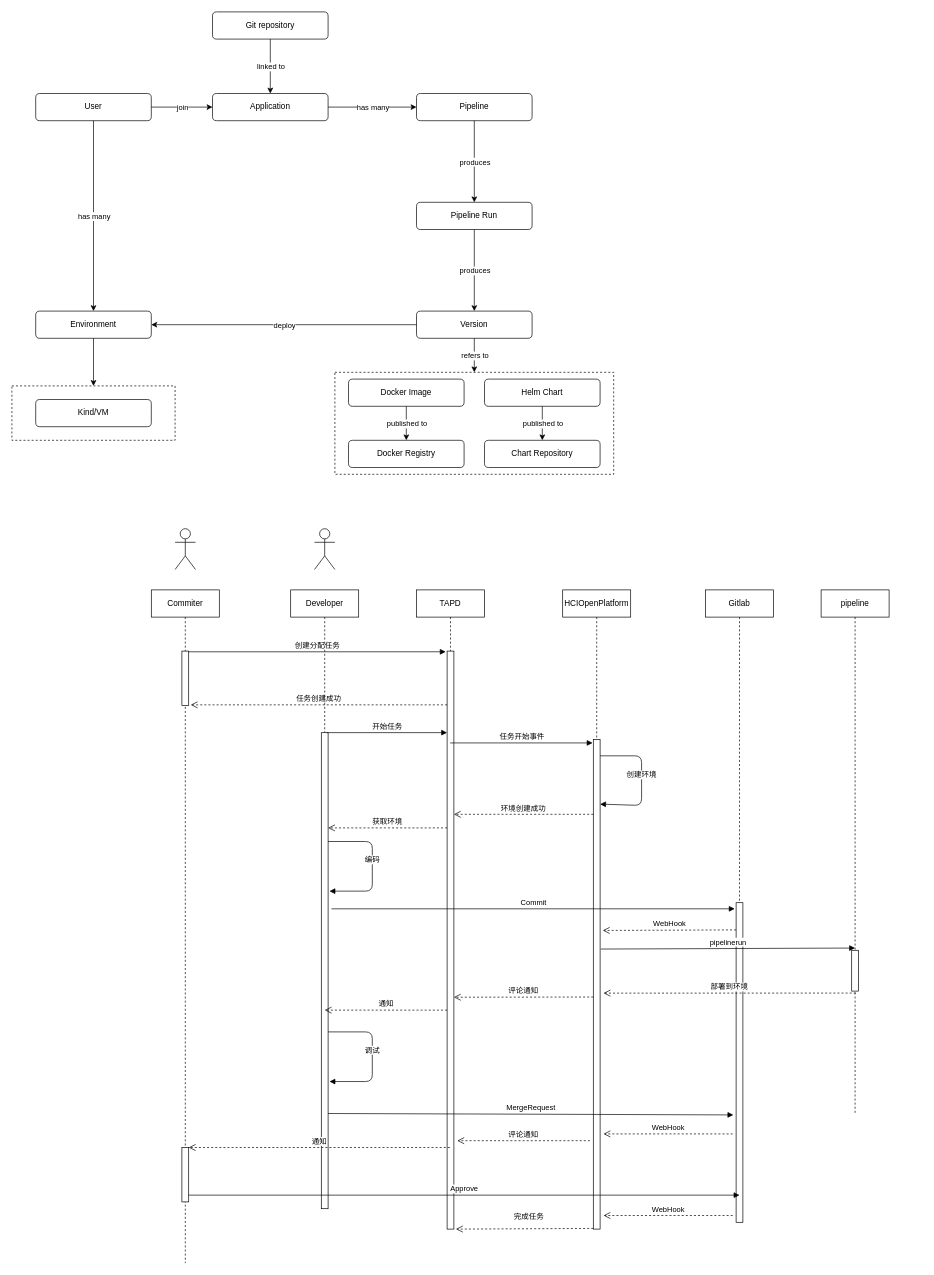
Before: Untitled Diagram.drawio in shareinto/diagrams, a draw.io diagram. Source tidied: cells renumbered, new cells numbered last; positions are measured from the earlier drawing's top-left corner, leaving out a move shared by most shapes. Both pictures are drawn from the tidied source at 68%, with x=0, y=0 at pixel (12, 12).
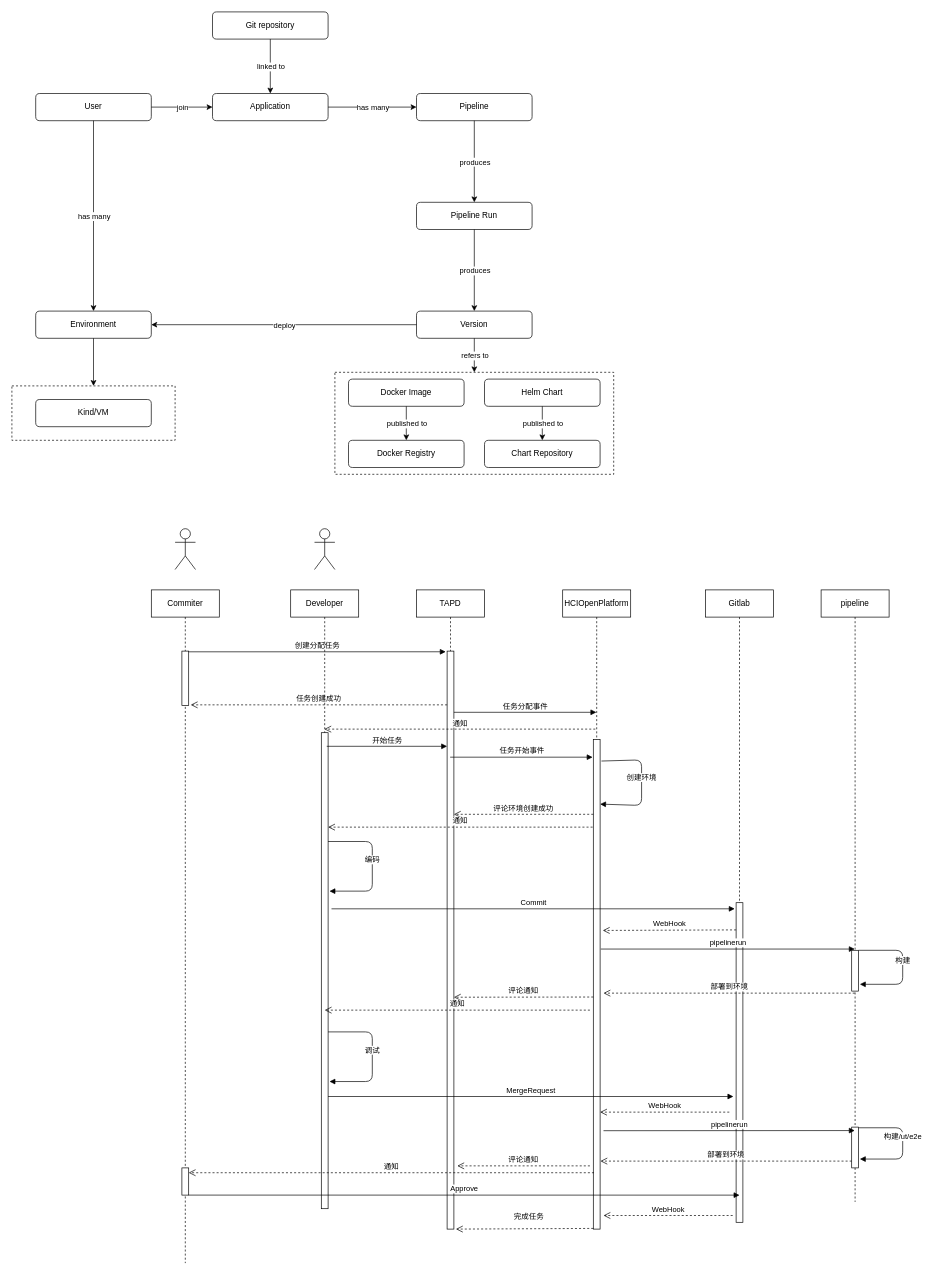
The same page after the edit.

The change refers to these unchanged cells:
```xml
<mxCell id="39" value="TAPD" style="shape=umlLifeline;perimeter=lifelinePerimeter;whiteSpace=wrap;html=1;outlineConnect=0;" parent="1" vertex="1">
  <mxGeometry x="595" y="850" width="100" height="300" as="geometry" />
</mxCell>
<mxCell id="41" style="html=1;points=[];perimeter=orthogonalPerimeter;" parent="1" vertex="1">
  <mxGeometry x="640" y="940" width="10" height="850" as="geometry" />
</mxCell>
<mxCell id="44" value="Developer" style="shape=umlLifeline;perimeter=lifelinePerimeter;whiteSpace=wrap;html=1;outlineConnect=0;" parent="1" vertex="1">
  <mxGeometry x="410" y="850" width="100" height="620" as="geometry" />
</mxCell>
<mxCell id="46" style="html=1;points=[];perimeter=orthogonalPerimeter;" parent="1" vertex="1">
  <mxGeometry x="455" y="1060" width="10" height="700" as="geometry" />
</mxCell>
<mxCell id="48" value="HCIOpenPlatform" style="shape=umlLifeline;perimeter=lifelinePerimeter;whiteSpace=wrap;html=1;outlineConnect=0;" parent="1" vertex="1">
  <mxGeometry x="810" y="850" width="100" height="580" as="geometry" />
</mxCell>
<mxCell id="49" style="html=1;points=[];perimeter=orthogonalPerimeter;" parent="1" vertex="1">
  <mxGeometry x="855" y="1070" width="10" height="720" as="geometry" />
</mxCell>
<mxCell id="57" style="html=1;points=[];perimeter=orthogonalPerimeter;" parent="1" vertex="1">
  <mxGeometry x="1065" y="1310" width="10" height="470" as="geometry" />
</mxCell>
```

Diff of the diagram source:
```diff
@@
     <mxCell id="47" value="开始任务" style="html=1;verticalAlign=bottom;endArrow=block;entryX=0;entryY=0.29;entryDx=0;entryDy=0;entryPerimeter=0;exitX=0.8;exitY=-0.003;exitDx=0;exitDy=0;exitPerimeter=0;" parent="1" edge="1">
       <mxGeometry relative="1" as="geometry">
-        <mxPoint x="463" y="1059.9" as="sourcePoint" />
-        <mxPoint x="640" y="1059.9" as="targetPoint" />
+        <mxPoint x="463" y="1080" as="sourcePoint" />
+        <mxPoint x="640" y="1080" as="targetPoint" />
       </mxGeometry>
     </mxCell>
@@
-    <mxCell id="50" value="任务开始事件" style="html=1;verticalAlign=bottom;endArrow=block;entryX=-0.1;entryY=0.007;entryDx=0;entryDy=0;entryPerimeter=0;" parent="1" edge="1" source="39" target="49">
-      <mxGeometry relative="1" as="geometry" />
+    <mxCell id="50" value="任务开始事件" style="html=1;verticalAlign=bottom;endArrow=block;entryX=-0.1;entryY=0.007;entryDx=0;entryDy=0;entryPerimeter=0;" parent="1" edge="1">
+      <mxGeometry relative="1" as="geometry">
+        <mxPoint x="644.5" y="1096" as="sourcePoint" />
+        <mxPoint x="854" y="1096" as="targetPoint" />
+      </mxGeometry>
     </mxCell>
-    <mxCell id="51" value="创建环境" style="html=1;verticalAlign=bottom;endArrow=block;" parent="1" edge="1">
+    <mxCell id="51" value="创建环境" style="html=1;verticalAlign=bottom;endArrow=block;exitX=1.2;exitY=0.044;exitDx=0;exitDy=0;exitPerimeter=0;" parent="1" edge="1" source="49">
       <mxGeometry relative="1" as="geometry">
-        <mxPoint x="865" y="1094" as="sourcePoint" />
         <mxPoint x="865" y="1165" as="targetPoint" />
         <Array as="points">
-          <mxPoint x="926" y="1094" />
+          <mxPoint x="926" y="1100" />
           <mxPoint x="926" y="1167" />
         </Array>
       </mxGeometry>
     </mxCell>
-    <mxCell id="52" value="环境创建成功" style="html=1;verticalAlign=bottom;endArrow=open;dashed=1;endSize=8;" parent="1" edge="1" target="41">
+    <mxCell id="52" value="评论环境创建成功" style="html=1;verticalAlign=bottom;endArrow=open;dashed=1;endSize=8;" parent="1" edge="1" target="41">
       <mxGeometry relative="1" as="geometry">
         <mxPoint x="855" y="1180" as="sourcePoint" />
       </mxGeometry>
     </mxCell>
-    <mxCell id="53" value="获取环境" style="html=1;verticalAlign=bottom;endArrow=open;dashed=1;endSize=8;" parent="1" edge="1" target="46">
-      <mxGeometry relative="1" as="geometry">
-        <mxPoint x="640" y="1200" as="sourcePoint" />
-      </mxGeometry>
+    <mxCell id="53" value="通知" style="html=1;verticalAlign=bottom;endArrow=open;dashed=1;endSize=8;exitX=-0.1;exitY=0.179;exitDx=0;exitDy=0;exitPerimeter=0;" parent="1" edge="1" source="49" target="46">
+      <mxGeometry relative="1" as="geometry" />
     </mxCell>
@@
     <mxCell id="58" value="pipeline" style="shape=umlLifeline;perimeter=lifelinePerimeter;whiteSpace=wrap;html=1;outlineConnect=0;" parent="1" vertex="1">
-      <mxGeometry x="1190" y="850" width="100" height="770" as="geometry" />
+      <mxGeometry x="1190" y="850" width="100" height="900" as="geometry" />
     </mxCell>
@@
-    <mxCell id="60" value="pipelinerun" style="html=1;verticalAlign=bottom;endArrow=block;exitX=1.1;exitY=0.428;exitDx=0;exitDy=0;exitPerimeter=0;entryX=0.5;entryY=0.684;entryDx=0;entryDy=0;entryPerimeter=0;" parent="1" edge="1" source="49" target="58">
+    <mxCell id="60" value="pipelinerun" style="html=1;verticalAlign=bottom;endArrow=block;exitX=1.1;exitY=0.428;exitDx=0;exitDy=0;exitPerimeter=0;" parent="1" edge="1" source="49" target="58">
       <mxGeometry relative="1" as="geometry" />
     </mxCell>
-    <mxCell id="61" value="部署到环境" style="html=1;verticalAlign=bottom;endArrow=open;dashed=1;endSize=8;exitX=0.51;exitY=0.77;exitDx=0;exitDy=0;exitPerimeter=0;" parent="1" edge="1" source="58">
+    <mxCell id="61" value="部署到环境" style="html=1;verticalAlign=bottom;endArrow=open;dashed=1;endSize=8;" parent="1" edge="1" source="58">
       <mxGeometry relative="1" as="geometry">
         <mxPoint x="870" y="1443" as="targetPoint" />
       </mxGeometry>
     </mxCell>
@@
-    <mxCell id="63" value="通知" style="html=1;verticalAlign=bottom;endArrow=open;dashed=1;endSize=8;" parent="1" edge="1" source="41">
+    <mxCell id="63" value="通知" style="html=1;verticalAlign=bottom;endArrow=open;dashed=1;endSize=8;" parent="1" edge="1">
       <mxGeometry relative="1" as="geometry">
+        <mxPoint x="850" y="1468" as="sourcePoint" />
         <mxPoint x="460" y="1468" as="targetPoint" />
       </mxGeometry>
     </mxCell>
@@
-    <mxCell id="66" value="MergeRequest" style="html=1;verticalAlign=bottom;endArrow=block;entryX=-0.4;entryY=0.664;entryDx=0;entryDy=0;entryPerimeter=0;" parent="1" edge="1" target="57">
+    <mxCell id="66" value="MergeRequest" style="html=1;verticalAlign=bottom;endArrow=block;" parent="1" edge="1">
       <mxGeometry relative="1" as="geometry">
-        <mxPoint x="465" y="1620" as="sourcePoint" />
+        <mxPoint x="465" y="1595" as="sourcePoint" />
+        <mxPoint x="1061" y="1595" as="targetPoint" />
       </mxGeometry>
     </mxCell>
     <mxCell id="67" value="WebHook" style="html=1;verticalAlign=bottom;endArrow=open;dashed=1;endSize=8;" parent="1" edge="1">
       <mxGeometry relative="1" as="geometry">
-        <mxPoint x="1060" y="1650" as="sourcePoint" />
-        <mxPoint x="870" y="1650" as="targetPoint" />
+        <mxPoint x="1055" y="1618" as="sourcePoint" />
+        <mxPoint x="865" y="1618" as="targetPoint" />
       </mxGeometry>
     </mxCell>
     <mxCell id="68" value="评论通知" style="html=1;verticalAlign=bottom;endArrow=open;dashed=1;endSize=8;" parent="1" edge="1">
       <mxGeometry relative="1" as="geometry">
-        <mxPoint x="850" y="1660" as="sourcePoint" />
-        <mxPoint x="655" y="1660" as="targetPoint" />
+        <mxPoint x="850" y="1697" as="sourcePoint" />
+        <mxPoint x="655" y="1697" as="targetPoint" />
       </mxGeometry>
     </mxCell>
-    <mxCell id="69" value="通知" style="html=1;verticalAlign=bottom;endArrow=open;dashed=1;endSize=8;" parent="1" edge="1" target="70">
+    <mxCell id="69" value="通知" style="html=1;verticalAlign=bottom;endArrow=open;dashed=1;endSize=8;exitX=0.1;exitY=0.839;exitDx=0;exitDy=0;exitPerimeter=0;" parent="1" edge="1">
       <mxGeometry relative="1" as="geometry">
-        <mxPoint x="644" y="1670" as="sourcePoint" />
+        <mxPoint x="856" y="1707.1" as="sourcePoint" />
+        <mxPoint x="260" y="1707.1" as="targetPoint" />
       </mxGeometry>
     </mxCell>
     <mxCell id="70" style="html=1;points=[];perimeter=orthogonalPerimeter;" parent="1" vertex="1">
-      <mxGeometry x="250" y="1670" width="10" height="80" as="geometry" />
+      <mxGeometry x="250" y="1700" width="10" height="40" as="geometry" />
     </mxCell>
@@
+    <mxCell id="74" value="任务分配事件" style="html=1;verticalAlign=bottom;endArrow=block;" parent="1" edge="1" target="48">
+      <mxGeometry relative="1" as="geometry">
+        <mxPoint x="650" y="1030" as="sourcePoint" />
+      </mxGeometry>
+    </mxCell>
+    <mxCell id="75" value="通知" style="html=1;verticalAlign=bottom;endArrow=open;dashed=1;endSize=8;exitX=0.48;exitY=0.353;exitDx=0;exitDy=0;exitPerimeter=0;" parent="1" edge="1" source="48" target="44">
+      <mxGeometry relative="1" as="geometry" />
+    </mxCell>
+    <mxCell id="76" value="构建" style="html=1;verticalAlign=bottom;endArrow=block;exitX=1;exitY=0.096;exitDx=0;exitDy=0;exitPerimeter=0;" parent="1" edge="1">
+      <mxGeometry relative="1" as="geometry">
+        <mxPoint x="1245" y="1380" as="sourcePoint" />
+        <mxPoint x="1247" y="1430" as="targetPoint" />
+        <Array as="points">
+          <mxPoint x="1310" y="1380" />
+          <mxPoint x="1310" y="1430" />
+        </Array>
+      </mxGeometry>
+    </mxCell>
+    <mxCell id="77" style="html=1;perimeter=orthogonalPerimeter;" parent="1" vertex="1">
+      <mxGeometry x="1235" y="1640" width="10" height="60" as="geometry" />
+    </mxCell>
+    <mxCell id="78" value="pipelinerun" style="html=1;verticalAlign=bottom;endArrow=block;exitX=1.5;exitY=0.799;exitDx=0;exitDy=0;exitPerimeter=0;" parent="1" edge="1" source="49">
+      <mxGeometry relative="1" as="geometry">
+        <mxPoint x="1239.5" y="1645.1" as="targetPoint" />
+      </mxGeometry>
+    </mxCell>
+    <mxCell id="79" value="构建/ut/e2e" style="html=1;verticalAlign=bottom;endArrow=block;exitX=1;exitY=0.096;exitDx=0;exitDy=0;exitPerimeter=0;" parent="1" edge="1">
+      <mxGeometry relative="1" as="geometry">
+        <mxPoint x="1245" y="1641" as="sourcePoint" />
+        <mxPoint x="1247" y="1687" as="targetPoint" />
+        <Array as="points">
+          <mxPoint x="1310" y="1641" />
+          <mxPoint x="1310" y="1687" />
+        </Array>
+      </mxGeometry>
+    </mxCell>
+    <mxCell id="80" value="部署到环境" style="html=1;verticalAlign=bottom;endArrow=open;dashed=1;endSize=8;" parent="1" edge="1">
+      <mxGeometry relative="1" as="geometry">
+        <mxPoint x="1235" y="1690" as="sourcePoint" />
+        <mxPoint x="865.5" y="1690" as="targetPoint" />
+      </mxGeometry>
+    </mxCell>
```
